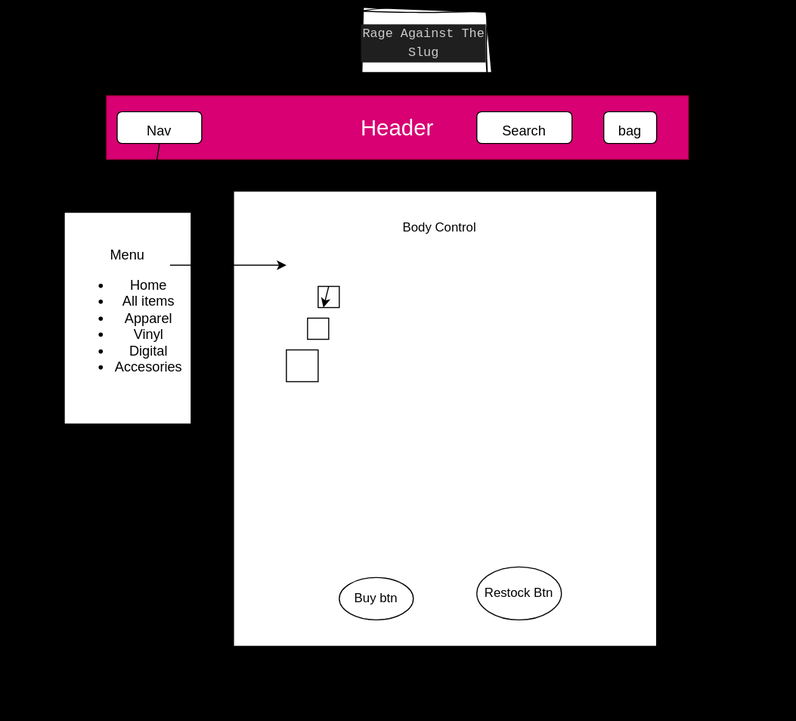
Above: src/images/diagram.drawio.svg in Gabe9T/merch-site (draw.io), before the change. Source tidied: cells renumbered, new cells last; positions are measured from the earlier drawing's top-left corner, leaving out a move shared by most shapes.
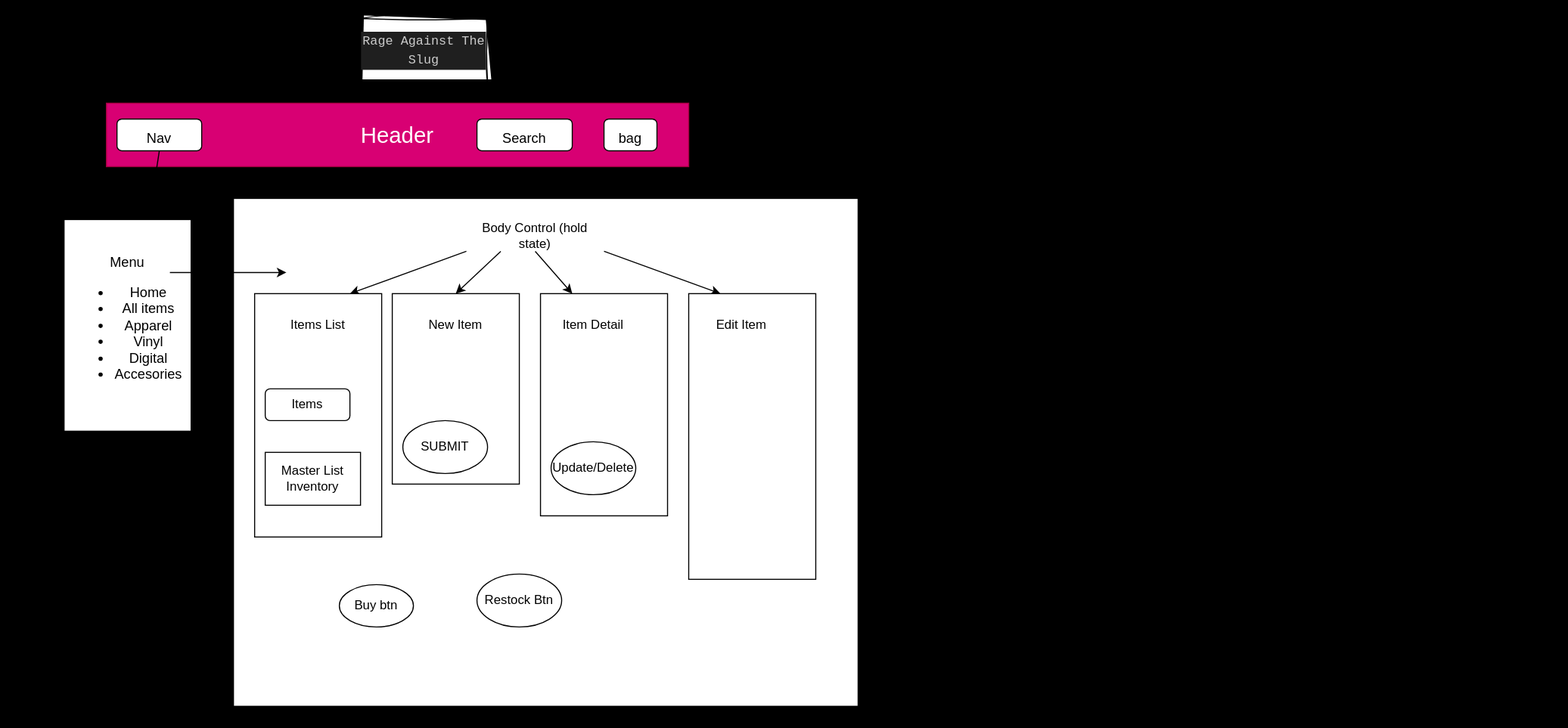
After the commit.

Commit message:
actually update diagram

Diff of the diagram source:
```diff
@@ -5,8 +5,8 @@
     <mxCell id="2" value="&lt;div style=&quot;color: rgb(204, 204, 204); background-color: rgb(31, 31, 31); font-family: Menlo, Monaco, &amp;quot;Courier New&amp;quot;, monospace; font-size: 12px; line-height: 18px;&quot;&gt;Rage Against The Slug&lt;/div&gt;" style="rounded=0;whiteSpace=wrap;html=1;sketch=1;hachureGap=4;jiggle=2;curveFitting=1;fontFamily=Architects Daughter;fontSource=https%3A%2F%2Ffonts.googleapis.com%2Fcss%3Ffamily%3DArchitects%2BDaughter;fontSize=20;" parent="1" vertex="1">
       <mxGeometry x="340" y="10" width="120" height="60" as="geometry" />
     </mxCell>
-    <mxCell id="3" style="swimlane;startSize=0;fontSize=13;labelBackgroundColor=none;fontColor=default;" parent="1" vertex="1">
-      <mxGeometry width="750" height="680" as="geometry" />
+    <mxCell id="3" value="Edit" style="swimlane;startSize=0;fontSize=13;labelBackgroundColor=none;fontColor=default;" parent="1" vertex="1">
+      <mxGeometry width="830" height="680" as="geometry" />
     </mxCell>
     <mxCell id="4" value="Header" style="rounded=0;whiteSpace=wrap;html=1;fillColor=#d80073;fontColor=#ffffff;strokeColor=#A50040;fontSize=21;" parent="3" vertex="1">
       <mxGeometry x="100" y="90" width="550" height="60" as="geometry" />
@@ -27,35 +27,72 @@
       <mxGeometry x="570" y="105" width="50" height="30" as="geometry" />
     </mxCell>
     <mxCell id="10" style="rounded=0;whiteSpace=wrap;html=1;labelBackgroundColor=none;fontSize=13;fontColor=default;" parent="3" vertex="1">
-      <mxGeometry x="220" y="180" width="400" height="430" as="geometry" />
+      <mxGeometry x="220" y="180" width="590" height="480" as="geometry" />
     </mxCell>
     <mxCell id="11" style="endArrow=classic;html=1;fontSize=13;fontColor=default;exitX=0.833;exitY=0.25;exitDx=0;exitDy=0;exitPerimeter=0;entryX=0;entryY=0.5;entryDx=0;entryDy=0;" parent="3" edge="1" source="6">
       <mxGeometry relative="1" as="geometry">
         <mxPoint x="270" y="250" as="targetPoint" />
       </mxGeometry>
     </mxCell>
-    <mxCell id="12" style="rounded=0;whiteSpace=wrap;html=1;" parent="3" vertex="1">
-      <mxGeometry x="300" y="270" width="20" height="20" as="geometry" />
-    </mxCell>
-    <mxCell id="13" style="rounded=0;whiteSpace=wrap;html=1;" parent="3" vertex="1">
-      <mxGeometry x="290" y="300" width="20" height="20" as="geometry" />
-    </mxCell>
-    <mxCell id="14" style="whiteSpace=wrap;html=1;labelBackgroundColor=none;fontSize=13;fontColor=default;" parent="3" vertex="1">
-      <mxGeometry x="270" y="330" width="30" height="30" as="geometry" />
-    </mxCell>
-    <mxCell id="15" style="edgeStyle=none;html=1;entryX=0.25;entryY=1;entryDx=0;entryDy=0;fontSize=13;fontColor=default;" parent="3" edge="1" target="12">
-      <mxGeometry relative="1" as="geometry">
-        <mxPoint x="310" y="270" as="sourcePoint" />
-      </mxGeometry>
-    </mxCell>
-    <mxCell id="16" value="Body Control" style="text;html=1;strokeColor=none;fillColor=none;align=center;verticalAlign=middle;whiteSpace=wrap;rounded=0;" parent="3" vertex="1">
-      <mxGeometry x="340" y="200" width="150" height="30" as="geometry" />
-    </mxCell>
     <mxCell id="17" value="Buy btn" style="ellipse;whiteSpace=wrap;html=1;" parent="3" vertex="1">
       <mxGeometry x="320" y="545" width="70" height="40" as="geometry" />
     </mxCell>
     <mxCell id="18" value="Restock Btn" style="ellipse;whiteSpace=wrap;html=1;" parent="3" vertex="1">
       <mxGeometry x="450" y="535" width="80" height="50" as="geometry" />
     </mxCell>
+    <mxCell id="19" style="edgeStyle=none;html=1;exitX=0.5;exitY=1;exitDx=0;exitDy=0;entryX=0.25;entryY=0;entryDx=0;entryDy=0;" parent="3" edge="1" source="23" target="26">
+      <mxGeometry relative="1" as="geometry" />
+    </mxCell>
+    <mxCell id="20" style="edgeStyle=none;html=1;exitX=1;exitY=1;exitDx=0;exitDy=0;entryX=0.25;entryY=0;entryDx=0;entryDy=0;" parent="3" edge="1" source="23" target="28">
+      <mxGeometry relative="1" as="geometry" />
+    </mxCell>
+    <mxCell id="21" style="edgeStyle=none;html=1;exitX=0.25;exitY=1;exitDx=0;exitDy=0;entryX=0.5;entryY=0;entryDx=0;entryDy=0;" parent="3" edge="1" source="23" target="27">
+      <mxGeometry relative="1" as="geometry" />
+    </mxCell>
+    <mxCell id="22" style="edgeStyle=none;html=1;exitX=0;exitY=1;exitDx=0;exitDy=0;entryX=0.75;entryY=0;entryDx=0;entryDy=0;" parent="3" edge="1" source="23" target="24">
+      <mxGeometry relative="1" as="geometry" />
+    </mxCell>
+    <mxCell id="23" value="Body Control (hold state)" style="text;html=1;strokeColor=none;fillColor=none;align=center;verticalAlign=middle;whiteSpace=wrap;rounded=0;" parent="3" vertex="1">
+      <mxGeometry x="440" y="200" width="130" height="30" as="geometry" />
+    </mxCell>
+    <mxCell id="24" style="rounded=0;whiteSpace=wrap;html=1;" parent="3" vertex="1">
+      <mxGeometry x="240" y="270" width="120" height="230" as="geometry" />
+    </mxCell>
+    <mxCell id="25" value="Items List" style="text;html=1;strokeColor=none;fillColor=none;align=center;verticalAlign=middle;whiteSpace=wrap;rounded=0;" parent="3" vertex="1">
+      <mxGeometry x="270" y="285" width="60" height="30" as="geometry" />
+    </mxCell>
+    <mxCell id="26" style="rounded=0;whiteSpace=wrap;html=1;" parent="3" vertex="1">
+      <mxGeometry x="510" y="270" width="120" height="210" as="geometry" />
+    </mxCell>
+    <mxCell id="27" style="rounded=0;whiteSpace=wrap;html=1;" parent="3" vertex="1">
+      <mxGeometry x="370" y="270" width="120" height="180" as="geometry" />
+    </mxCell>
+    <mxCell id="28" style="rounded=0;whiteSpace=wrap;html=1;" parent="3" vertex="1">
+      <mxGeometry x="650" y="270" width="120" height="270" as="geometry" />
+    </mxCell>
+    <mxCell id="29" value="New Item" style="text;html=1;strokeColor=none;fillColor=none;align=center;verticalAlign=middle;whiteSpace=wrap;rounded=0;" parent="3" vertex="1">
+      <mxGeometry x="400" y="285" width="60" height="30" as="geometry" />
+    </mxCell>
+    <mxCell id="30" value="Item Detail" style="text;html=1;strokeColor=none;fillColor=none;align=center;verticalAlign=middle;whiteSpace=wrap;rounded=0;" parent="3" vertex="1">
+      <mxGeometry x="530" y="285" width="60" height="30" as="geometry" />
+    </mxCell>
+    <mxCell id="31" value="Edit Item" style="text;html=1;strokeColor=none;fillColor=none;align=center;verticalAlign=middle;whiteSpace=wrap;rounded=0;" parent="3" vertex="1">
+      <mxGeometry x="670" y="285" width="60" height="30" as="geometry" />
+    </mxCell>
+    <mxCell id="32" value="SUBMIT" style="ellipse;whiteSpace=wrap;html=1;" parent="3" vertex="1">
+      <mxGeometry x="380" y="390" width="80" height="50" as="geometry" />
+    </mxCell>
+    <mxCell id="33" value="Update/Delete" style="ellipse;whiteSpace=wrap;html=1;" parent="3" vertex="1">
+      <mxGeometry x="520" y="410" width="80" height="50" as="geometry" />
+    </mxCell>
+    <mxCell id="34" value="Items" style="rounded=1;whiteSpace=wrap;html=1;" parent="3" vertex="1">
+      <mxGeometry x="250" y="360" width="80" height="30" as="geometry" />
+    </mxCell>
+    <mxCell id="35" value="Master List Inventory" style="rounded=0;whiteSpace=wrap;html=1;" parent="3" vertex="1">
+      <mxGeometry x="250" y="420" width="90" height="50" as="geometry" />
+    </mxCell>
+    <mxCell id="16" value="Body Control" style="text;html=1;strokeColor=none;fillColor=none;align=center;verticalAlign=middle;whiteSpace=wrap;rounded=0;" parent="1" vertex="1">
+      <mxGeometry x="1330" y="220" width="150" height="30" as="geometry" />
+    </mxCell>
   </root>
 </mxGraphModel>
```
